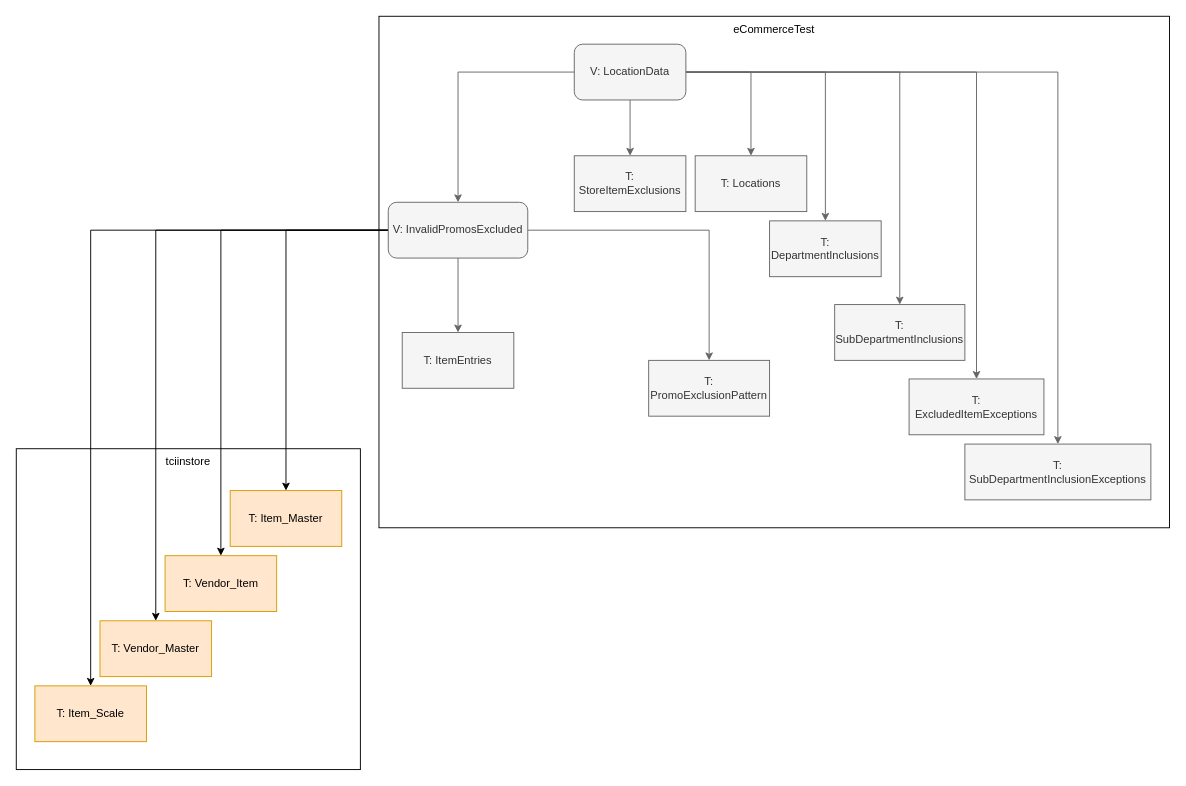
Earlier version of the draw.io diagram Diagrams/LocationData.drawio (gcardozoj/draw.io). Source tidied: cells renumbered, new cells numbered last; positions are measured from the earlier drawing's top-left corner, leaving out a move shared by most shapes. Both pictures are drawn from the tidied source at 93%, with x=0, y=0 at pixel (16, 16).
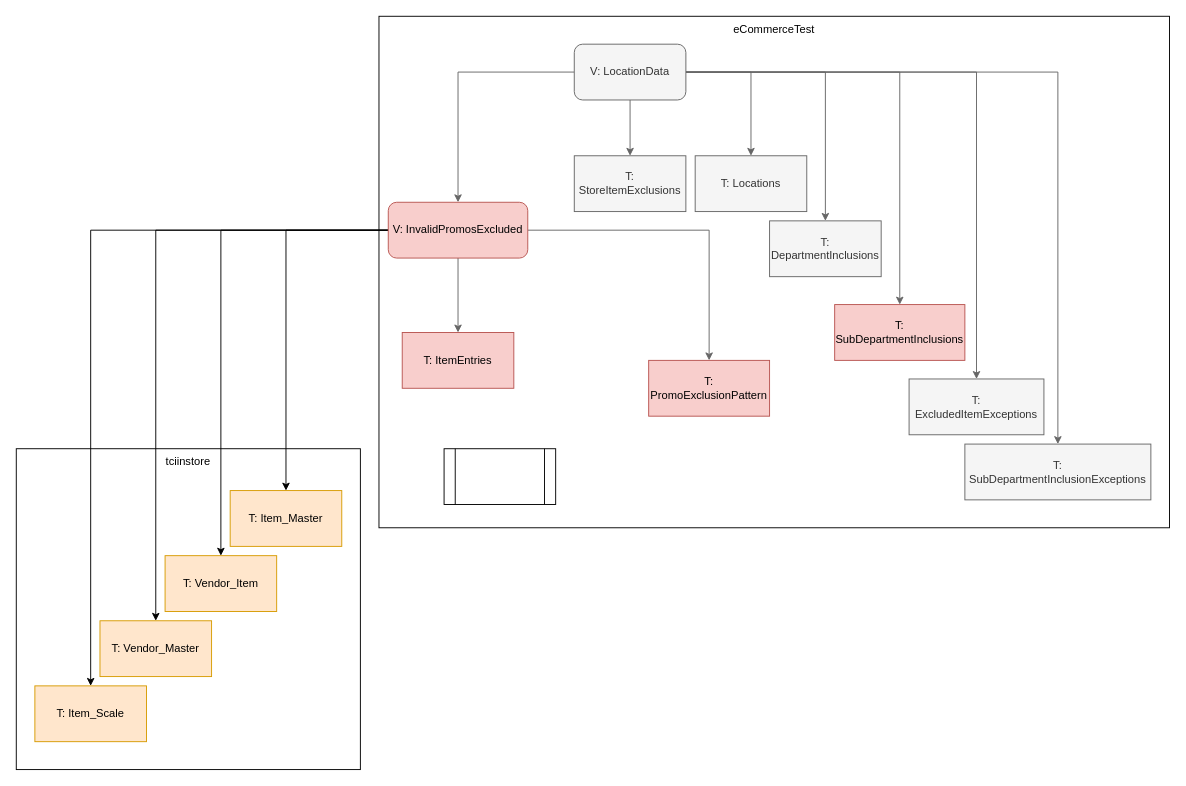
The same diagram, later.

Change to the diagram source:
```diff
@@
-    <mxCell id="17" value="V: InvalidPromosExcluded" style="whiteSpace=wrap;html=1;rounded=1;fillColor=#f5f5f5;fontColor=#333333;strokeColor=#666666;" parent="1" vertex="1">
+    <mxCell id="17" value="V: InvalidPromosExcluded" style="whiteSpace=wrap;html=1;rounded=1;fillColor=#f8cecc;strokeColor=#b85450;" parent="1" vertex="1">
       <mxGeometry x="400" y="200" width="150" height="60" as="geometry" />
     </mxCell>
@@
-    <mxCell id="22" value="T: SubDepartmentInclusions" style="rounded=0;whiteSpace=wrap;html=1;fillColor=#f5f5f5;fontColor=#333333;strokeColor=#666666;" parent="1" vertex="1">
+    <mxCell id="22" value="T: SubDepartmentInclusions" style="rounded=0;whiteSpace=wrap;html=1;fillColor=#f8cecc;strokeColor=#b85450;" parent="1" vertex="1">
       <mxGeometry x="880" y="310" width="140" height="60" as="geometry" />
     </mxCell>
@@
-    <mxCell id="25" value="T: ItemEntries" style="whiteSpace=wrap;html=1;rounded=0;fillColor=#f5f5f5;fontColor=#333333;strokeColor=#666666;" parent="1" vertex="1">
+    <mxCell id="25" value="T: ItemEntries" style="whiteSpace=wrap;html=1;rounded=0;fillColor=#f8cecc;strokeColor=#b85450;" parent="1" vertex="1">
       <mxGeometry x="415" y="340" width="120" height="60" as="geometry" />
     </mxCell>
-    <mxCell id="26" value="T: PromoExclusionPattern" style="rounded=0;whiteSpace=wrap;html=1;fillColor=#f5f5f5;fontColor=#333333;strokeColor=#666666;" parent="1" vertex="1">
+    <mxCell id="26" value="T: PromoExclusionPattern" style="rounded=0;whiteSpace=wrap;html=1;fillColor=#f8cecc;strokeColor=#b85450;" parent="1" vertex="1">
       <mxGeometry x="680" y="370" width="130" height="60" as="geometry" />
     </mxCell>
@@
+    <mxCell id="31" style="shape=process;whiteSpace=wrap;html=1;backgroundOutline=1;" parent="1" vertex="1">
+      <mxGeometry x="460" y="465" width="120" height="60" as="geometry" />
+    </mxCell>
```
